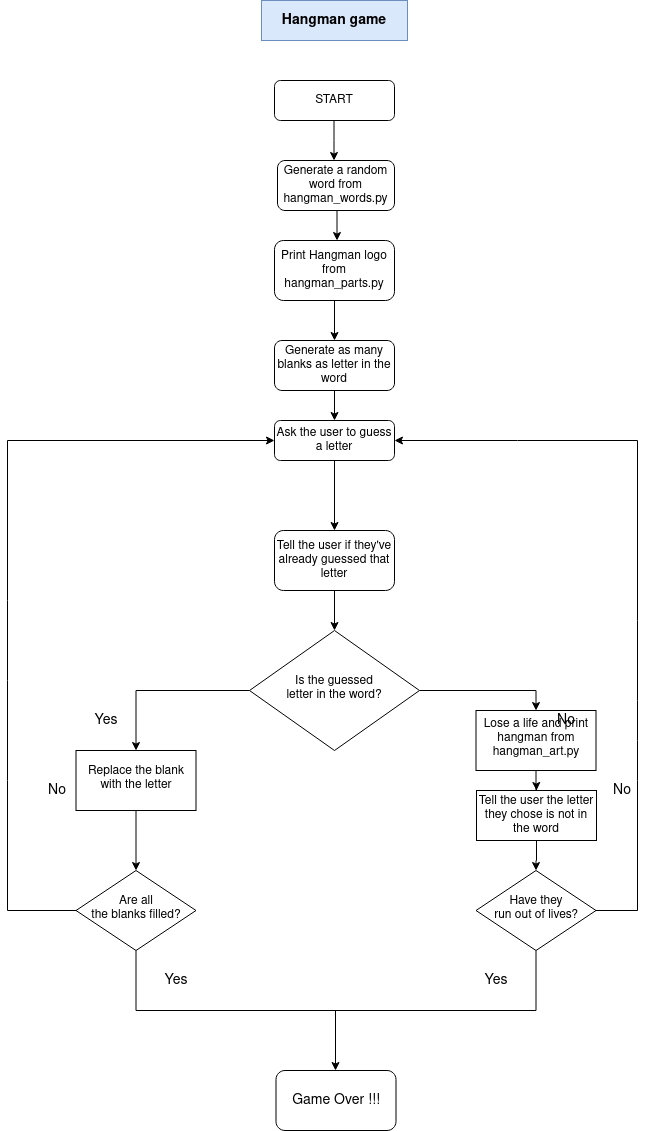
Above: hangman.png in Yucatanwebpages/pythondiagrams (draw.io), before the change. Source tidied: cells renumbered, new cells last; positions are measured from the earlier drawing's top-left corner, leaving out a move shared by most shapes.
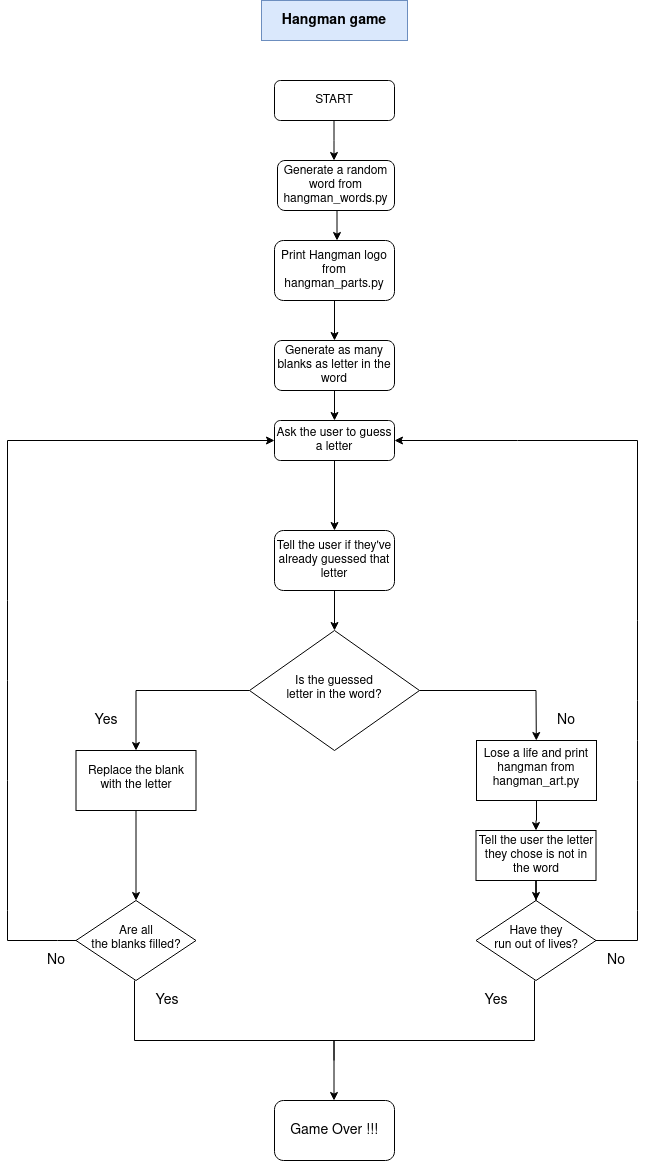
The same diagram one commit later.

The edit, as a diff of the source:
```diff
@@ -54,7 +54,7 @@
       <mxGeometry relative="1" as="geometry" />
     </mxCell>
     <mxCell id="14" value="Lose a life and print hangman from hangman_art.py" style="whiteSpace=wrap;html=1;shadow=0;strokeWidth=1;spacing=6;spacingTop=-4;" parent="1" vertex="1">
-      <mxGeometry x="468.5" y="710" width="120" height="60" as="geometry" />
+      <mxGeometry x="469" y="740" width="120" height="60" as="geometry" />
     </mxCell>
     <mxCell id="15" value="No" style="text;html=1;strokeColor=none;fillColor=none;align=center;verticalAlign=middle;whiteSpace=wrap;rounded=0;fontSize=14;" parent="1" vertex="1">
       <mxGeometry x="538.5" y="710" width="40" height="20" as="geometry" />
@@ -71,6 +71,8 @@
     <mxCell id="19" style="edgeStyle=none;rounded=0;jettySize=auto;html=1;entryX=0;entryY=0.5;entryDx=0;entryDy=0;fontSize=14;" parent="1" edge="1" source="20" target="8">
       <mxGeometry relative="1" as="geometry">
         <Array as="points">
+          <mxPoint x="50" y="940" />
+          <mxPoint y="940" />
           <mxPoint y="910" />
           <mxPoint y="780" />
           <mxPoint y="680" />
@@ -80,11 +82,12 @@
       </mxGeometry>
     </mxCell>
     <mxCell id="20" value="&lt;div&gt;Are all &lt;br&gt;&lt;/div&gt;&lt;div&gt;the blanks filled?&lt;/div&gt;" style="rhombus;whiteSpace=wrap;html=1;shadow=0;strokeWidth=1;spacing=6;spacingTop=-4;" parent="1" vertex="1">
-      <mxGeometry x="68.5" y="870" width="120" height="80" as="geometry" />
+      <mxGeometry x="68.5" y="900" width="120" height="80" as="geometry" />
     </mxCell>
     <mxCell id="21" style="edgeStyle=none;rounded=0;jettySize=auto;html=1;entryX=1;entryY=0.5;entryDx=0;entryDy=0;fontSize=14;exitX=1;exitY=0.5;exitDx=0;exitDy=0;" parent="1" edge="1" source="22" target="8">
       <mxGeometry relative="1" as="geometry">
         <Array as="points">
+          <mxPoint x="630" y="940" />
           <mxPoint x="630" y="910" />
           <mxPoint x="630" y="780" />
           <mxPoint x="630" y="740" />
@@ -96,38 +99,32 @@
       </mxGeometry>
     </mxCell>
     <mxCell id="22" value="&lt;div&gt;Have they&lt;/div&gt;&lt;div&gt; run out of lives?&lt;/div&gt;" style="rhombus;whiteSpace=wrap;html=1;shadow=0;strokeWidth=1;spacing=6;spacingTop=-4;" parent="1" vertex="1">
-      <mxGeometry x="468.5" y="870" width="120" height="80" as="geometry" />
+      <mxGeometry x="468.5" y="900" width="120" height="80" as="geometry" />
     </mxCell>
     <mxCell id="23" style="edgeStyle=none;rounded=0;orthogonalLoop=1;jettySize=auto;html=1;exitX=1;exitY=1;exitDx=0;exitDy=0;fontSize=14;" parent="1" edge="1" source="20" target="20">
       <mxGeometry relative="1" as="geometry" />
     </mxCell>
     <mxCell id="24" style="shape=partialRectangle;whiteSpace=wrap;html=1;bottom=1;right=1;left=1;top=0;fillColor=none;routingCenterX=-0.5;fontSize=14;" parent="1" vertex="1">
-      <mxGeometry x="128.5" y="950" width="400" height="60" as="geometry" />
+      <mxGeometry x="127" y="980" width="400" height="60" as="geometry" />
     </mxCell>
     <mxCell id="25" value="Game Over !!!" style="rounded=1;whiteSpace=wrap;html=1;fontSize=14;" parent="1" vertex="1">
-      <mxGeometry x="268.5" y="1070" width="120" height="60" as="geometry" />
+      <mxGeometry x="267" y="1100" width="120" height="60" as="geometry" />
     </mxCell>
     <mxCell id="26" style="edgeStyle=orthogonalEdgeStyle;rounded=0;orthogonalLoop=1;jettySize=auto;html=1;fontSize=14;" parent="1" edge="1">
       <mxGeometry relative="1" as="geometry">
-        <mxPoint x="328" y="1030" as="sourcePoint" />
-        <mxPoint x="328" y="1070" as="targetPoint" />
+        <mxPoint x="326.5" y="1060" as="sourcePoint" />
+        <mxPoint x="326.5" y="1100" as="targetPoint" />
         <Array as="points">
-          <mxPoint x="328" y="1010" />
-          <mxPoint x="328" y="1010" />
+          <mxPoint x="326.5" y="1040" />
+          <mxPoint x="326.5" y="1040" />
         </Array>
       </mxGeometry>
     </mxCell>
-    <mxCell id="27" value="No" style="text;html=1;strokeColor=none;fillColor=none;align=center;verticalAlign=middle;whiteSpace=wrap;rounded=0;fontSize=14;" parent="1" vertex="1">
-      <mxGeometry x="30" y="780" width="40" height="20" as="geometry" />
-    </mxCell>
-    <mxCell id="28" value="No" style="text;html=1;strokeColor=none;fillColor=none;align=center;verticalAlign=middle;whiteSpace=wrap;rounded=0;fontSize=14;" parent="1" vertex="1">
-      <mxGeometry x="600" y="780" width="30" height="20" as="geometry" />
-    </mxCell>
     <mxCell id="29" value="Yes" style="text;html=1;strokeColor=none;fillColor=none;align=center;verticalAlign=middle;whiteSpace=wrap;rounded=0;fontSize=14;" parent="1" vertex="1">
-      <mxGeometry x="148.5" y="970" width="40" height="20" as="geometry" />
+      <mxGeometry x="140" y="990" width="40" height="20" as="geometry" />
     </mxCell>
     <mxCell id="30" value="Yes" style="text;html=1;strokeColor=none;fillColor=none;align=center;verticalAlign=middle;whiteSpace=wrap;rounded=0;fontSize=14;" parent="1" vertex="1">
-      <mxGeometry x="468.5" y="970" width="40" height="20" as="geometry" />
+      <mxGeometry x="469" y="990" width="40" height="20" as="geometry" />
     </mxCell>
     <mxCell id="31" style="edgeStyle=orthogonalEdgeStyle;rounded=0;orthogonalLoop=1;jettySize=auto;html=1;fontSize=14;" parent="1" edge="1">
       <mxGeometry relative="1" as="geometry">
@@ -151,7 +148,13 @@
       <mxGeometry relative="1" as="geometry" />
     </mxCell>
     <mxCell id="37" value="Tell the user the letter they chose is not in the word" style="rounded=0;whiteSpace=wrap;html=1;" parent="1" vertex="1">
-      <mxGeometry x="469" y="790" width="120" height="50" as="geometry" />
+      <mxGeometry x="468.5" y="830" width="120" height="50" as="geometry" />
     </mxCell>
+    <mxCell id="38" value="No" style="text;html=1;strokeColor=none;fillColor=none;align=center;verticalAlign=middle;whiteSpace=wrap;rounded=0;fontSize=14;" parent="1" vertex="1">
+      <mxGeometry x="28.5" y="950" width="40" height="20" as="geometry" />
+    </mxCell>
+    <mxCell id="39" value="No" style="text;html=1;strokeColor=none;fillColor=none;align=center;verticalAlign=middle;whiteSpace=wrap;rounded=0;fontSize=14;" parent="1" vertex="1">
+      <mxGeometry x="589" y="950" width="40" height="20" as="geometry" />
+    </mxCell>
   </root>
 </mxGraphModel>
```
